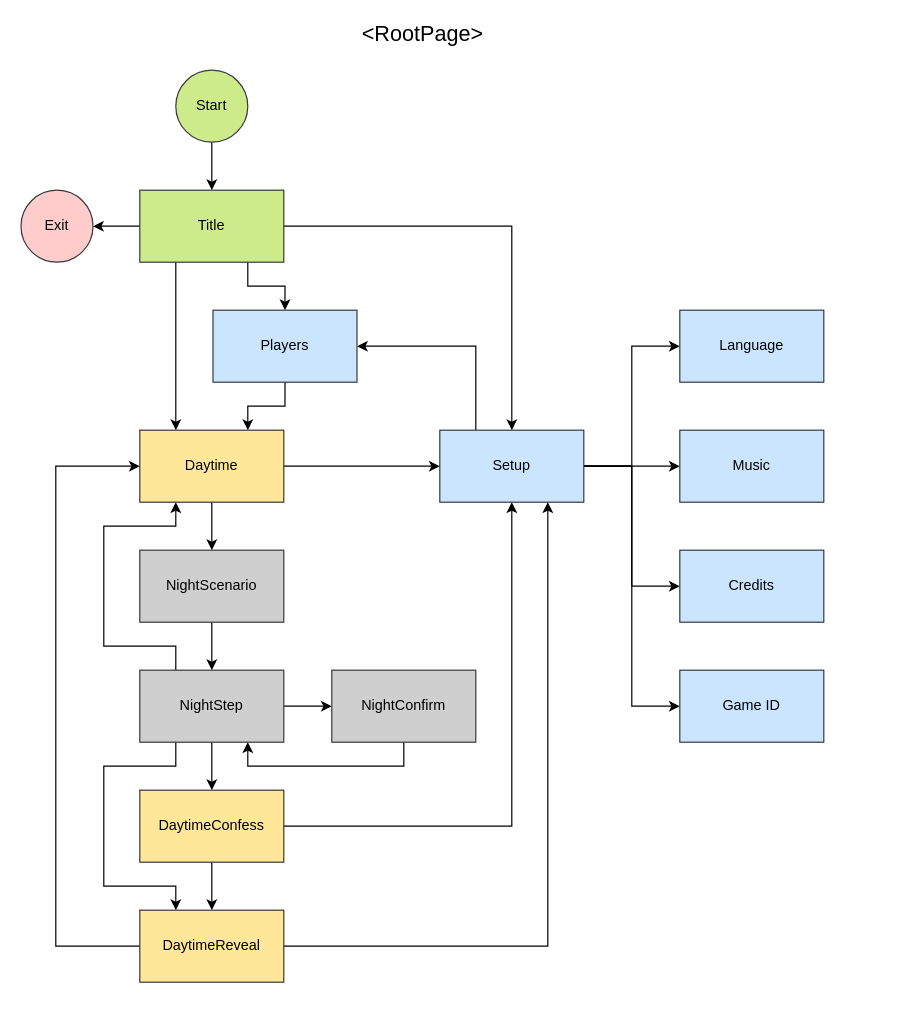
Earlier version of the draw.io diagram doc/Salem1692Moderator.drawio (ruittenb/salem-1692). Source tidied: cells renumbered, new cells numbered last; positions are measured from the earlier drawing's top-left corner, leaving out a move shared by most shapes. Both pictures are drawn from the tidied source at 120%, with x=0, y=0 at pixel (20, 22).
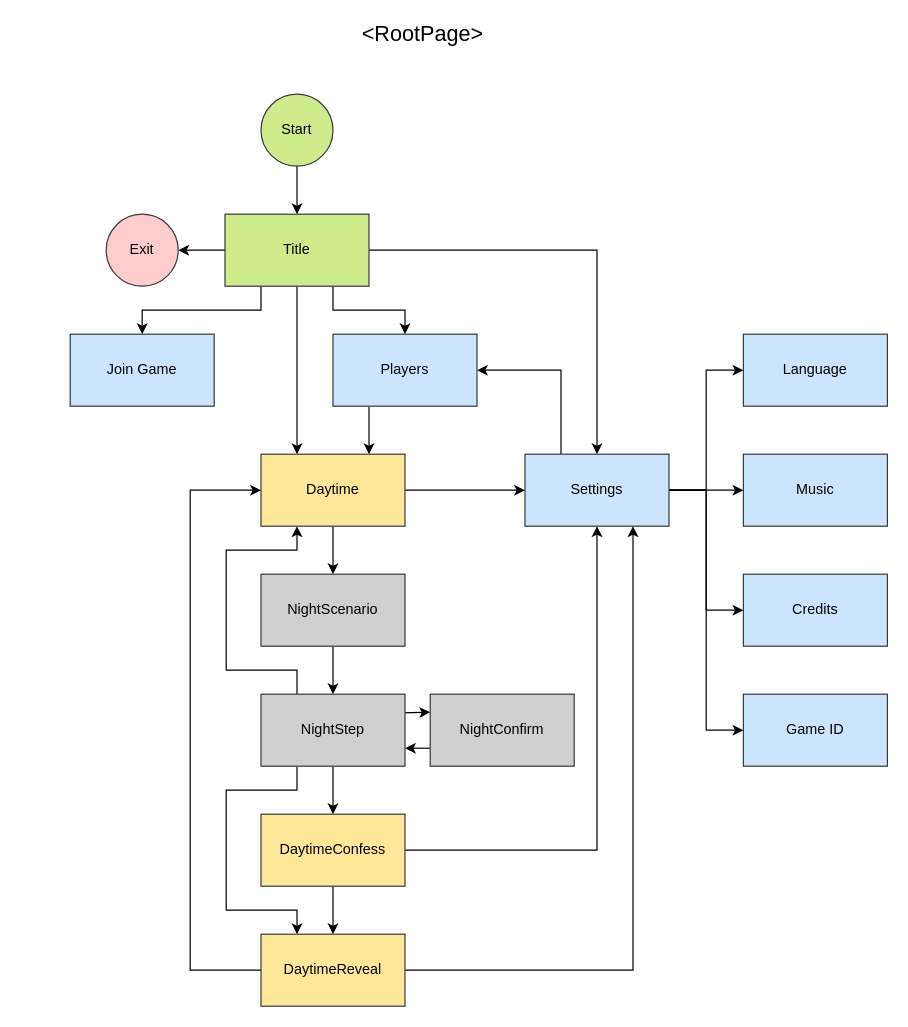
After the change.

Change to the diagram source:
```diff
@@
-    <mxCell id="4" style="edgeStyle=orthogonalEdgeStyle;rounded=0;jettySize=auto;html=1;exitX=0.25;exitY=1;exitDx=0;exitDy=0;entryX=0.25;entryY=0;entryDx=0;entryDy=0;" parent="1" edge="1" source="6" target="24">
-      <mxGeometry relative="1" as="geometry" />
+    <mxCell id="4" style="edgeStyle=orthogonalEdgeStyle;rounded=0;jettySize=auto;html=1;exitX=0.5;exitY=1;exitDx=0;exitDy=0;entryX=0.25;entryY=0;entryDx=0;entryDy=0;" parent="1" edge="1" source="6" target="24">
+      <mxGeometry relative="1" as="geometry">
+        <Array as="points">
+          <mxPoint x="230" y="280" />
+          <mxPoint x="230" y="280" />
+        </Array>
+      </mxGeometry>
     </mxCell>
@@
+    <mxCell id="41" style="edgeStyle=orthogonalEdgeStyle;rounded=0;jettySize=auto;html=1;exitX=0.25;exitY=1;exitDx=0;exitDy=0;entryX=0.5;entryY=0;entryDx=0;entryDy=0;" parent="1" edge="1" source="6" target="42">
+      <mxGeometry relative="1" as="geometry" />
+    </mxCell>
     <mxCell id="6" value="Title" style="rounded=0;whiteSpace=wrap;html=1;fillColor=#cdeb8b;strokeColor=#36393d;" parent="1" vertex="1">
-      <mxGeometry x="99" y="140" width="120" height="60" as="geometry" />
+      <mxGeometry x="170" y="160" width="120" height="60" as="geometry" />
     </mxCell>
@@
-    <mxCell id="12" value="Setup" style="rounded=0;whiteSpace=wrap;html=1;fillColor=#cce5ff;strokeColor=#36393d;" parent="1" vertex="1">
-      <mxGeometry x="349" y="340" width="120" height="60" as="geometry" />
+    <mxCell id="12" value="Settings" style="rounded=0;whiteSpace=wrap;html=1;fillColor=#cce5ff;strokeColor=#36393d;" parent="1" vertex="1">
+      <mxGeometry x="420" y="360" width="120" height="60" as="geometry" />
     </mxCell>
     <mxCell id="13" value="Exit" style="ellipse;whiteSpace=wrap;html=1;rounded=0;fillColor=#ffcccc;strokeColor=#36393d;" parent="1" vertex="1">
-      <mxGeometry y="140" width="60" height="60" as="geometry" />
+      <mxGeometry x="71" y="160" width="60" height="60" as="geometry" />
     </mxCell>
@@
     <mxCell id="15" value="Start" style="ellipse;whiteSpace=wrap;html=1;rounded=0;fillColor=#cdeb8b;strokeColor=#36393d;" parent="1" vertex="1">
-      <mxGeometry x="129" y="40" width="60" height="60" as="geometry" />
+      <mxGeometry x="200" y="60" width="60" height="60" as="geometry" />
     </mxCell>
-    <mxCell id="16" style="edgeStyle=orthogonalEdgeStyle;rounded=0;jettySize=auto;html=1;entryX=0.75;entryY=0;entryDx=0;entryDy=0;" parent="1" edge="1" source="17" target="24">
+    <mxCell id="16" style="edgeStyle=orthogonalEdgeStyle;rounded=0;jettySize=auto;html=1;entryX=0.75;entryY=0;entryDx=0;entryDy=0;exitX=0.25;exitY=1;exitDx=0;exitDy=0;" parent="1" edge="1" source="17" target="24">
       <mxGeometry relative="1" as="geometry" />
     </mxCell>
     <mxCell id="17" value="Players" style="rounded=0;whiteSpace=wrap;html=1;fillColor=#cce5ff;strokeColor=#36393d;" parent="1" vertex="1">
-      <mxGeometry x="160" y="240" width="120" height="60" as="geometry" />
+      <mxGeometry x="260" y="260" width="120" height="60" as="geometry" />
     </mxCell>
     <mxCell id="18" value="Language" style="rounded=0;whiteSpace=wrap;html=1;fillColor=#cce5ff;strokeColor=#36393d;" parent="1" vertex="1">
-      <mxGeometry x="549" y="240" width="120" height="60" as="geometry" />
+      <mxGeometry x="602" y="260" width="120" height="60" as="geometry" />
     </mxCell>
     <mxCell id="19" value="Music" style="rounded=0;whiteSpace=wrap;html=1;fillColor=#cce5ff;strokeColor=#36393d;" parent="1" vertex="1">
-      <mxGeometry x="549" y="340" width="120" height="60" as="geometry" />
+      <mxGeometry x="602" y="360" width="120" height="60" as="geometry" />
     </mxCell>
     <mxCell id="20" value="Credits" style="rounded=0;whiteSpace=wrap;html=1;fillColor=#cce5ff;strokeColor=#36393d;" parent="1" vertex="1">
-      <mxGeometry x="549" y="440" width="120" height="60" as="geometry" />
+      <mxGeometry x="602" y="460" width="120" height="60" as="geometry" />
     </mxCell>
     <mxCell id="21" value="Game ID" style="rounded=0;whiteSpace=wrap;html=1;fillColor=#cce5ff;strokeColor=#36393d;" parent="1" vertex="1">
-      <mxGeometry x="549" y="540" width="120" height="60" as="geometry" />
+      <mxGeometry x="602" y="560" width="120" height="60" as="geometry" />
     </mxCell>
@@
     <mxCell id="24" value="Daytime" style="rounded=0;whiteSpace=wrap;html=1;strokeColor=#36393d;fillColor=#FFE799;" parent="1" vertex="1">
-      <mxGeometry x="99" y="340" width="120" height="60" as="geometry" />
+      <mxGeometry x="200" y="360" width="120" height="60" as="geometry" />
     </mxCell>
@@
     <mxCell id="26" style="edgeStyle=orthogonalEdgeStyle;rounded=0;jettySize=auto;html=1;exitX=0.25;exitY=0;exitDx=0;exitDy=0;entryX=0.25;entryY=1;entryDx=0;entryDy=0;" parent="1" edge="1" source="32" target="24">
       <mxGeometry relative="1" as="geometry">
         <Array as="points">
-          <mxPoint x="129" y="520" />
-          <mxPoint x="69" y="520" />
-          <mxPoint x="69" y="420" />
-          <mxPoint x="129" y="420" />
+          <mxPoint x="230" y="540" />
+          <mxPoint x="171" y="540" />
+          <mxPoint x="171" y="440" />
+          <mxPoint x="230" y="440" />
         </Array>
       </mxGeometry>
     </mxCell>
@@
     <mxCell id="28" value="NightScenario" style="rounded=0;whiteSpace=wrap;html=1;strokeColor=#36393d;fillColor=#CFCFCF;" parent="1" vertex="1">
-      <mxGeometry x="99" y="440" width="120" height="60" as="geometry" />
+      <mxGeometry x="200" y="460" width="120" height="60" as="geometry" />
     </mxCell>
-    <mxCell id="29" style="edgeStyle=orthogonalEdgeStyle;rounded=0;jettySize=auto;html=1;" parent="1" edge="1" source="32" target="34">
-      <mxGeometry relative="1" as="geometry" />
+    <mxCell id="29" style="edgeStyle=orthogonalEdgeStyle;rounded=0;jettySize=auto;html=1;entryX=0;entryY=0.25;entryDx=0;entryDy=0;" parent="1" edge="1" target="34">
+      <mxGeometry relative="1" as="geometry">
+        <mxPoint x="291" y="575" as="sourcePoint" />
+      </mxGeometry>
     </mxCell>
@@
     <mxCell id="31" style="edgeStyle=orthogonalEdgeStyle;rounded=0;jettySize=auto;html=1;exitX=0.25;exitY=1;exitDx=0;exitDy=0;entryX=0.25;entryY=0;entryDx=0;entryDy=0;" parent="1" edge="1" source="32" target="40">
       <mxGeometry relative="1" as="geometry">
         <Array as="points">
-          <mxPoint x="129" y="620" />
-          <mxPoint x="69" y="620" />
-          <mxPoint x="69" y="720" />
-          <mxPoint x="129" y="720" />
+          <mxPoint x="230" y="640" />
+          <mxPoint x="171" y="640" />
+          <mxPoint x="171" y="740" />
+          <mxPoint x="230" y="740" />
         </Array>
       </mxGeometry>
     </mxCell>
     <mxCell id="32" value="NightStep" style="rounded=0;whiteSpace=wrap;html=1;strokeColor=#36393d;fillColor=#CFCFCF;" parent="1" vertex="1">
-      <mxGeometry x="99" y="540" width="120" height="60" as="geometry" />
+      <mxGeometry x="200" y="560" width="120" height="60" as="geometry" />
     </mxCell>
-    <mxCell id="33" style="edgeStyle=orthogonalEdgeStyle;rounded=0;jettySize=auto;html=1;entryX=0.75;entryY=1;entryDx=0;entryDy=0;exitX=0.5;exitY=1;exitDx=0;exitDy=0;" parent="1" edge="1" source="34" target="32">
+    <mxCell id="33" style="edgeStyle=orthogonalEdgeStyle;rounded=0;jettySize=auto;html=1;entryX=1;entryY=0.75;entryDx=0;entryDy=0;exitX=0;exitY=0.75;exitDx=0;exitDy=0;" parent="1" edge="1" source="34" target="32">
       <mxGeometry relative="1" as="geometry" />
     </mxCell>
     <mxCell id="34" value="NightConfirm" style="rounded=0;whiteSpace=wrap;html=1;strokeColor=#36393d;fillColor=#CFCFCF;" parent="1" vertex="1">
-      <mxGeometry x="259" y="540" width="120" height="60" as="geometry" />
+      <mxGeometry x="341" y="560" width="120" height="60" as="geometry" />
     </mxCell>
@@
     <mxCell id="37" value="DaytimeConfess" style="rounded=0;whiteSpace=wrap;html=1;strokeColor=#36393d;fillColor=#FFE799;" parent="1" vertex="1">
-      <mxGeometry x="99" y="640" width="120" height="60" as="geometry" />
+      <mxGeometry x="200" y="660" width="120" height="60" as="geometry" />
     </mxCell>
@@
     <mxCell id="39" style="edgeStyle=orthogonalEdgeStyle;rounded=0;jettySize=auto;html=1;entryX=0;entryY=0.5;entryDx=0;entryDy=0;" parent="1" edge="1" source="40" target="24">
       <mxGeometry relative="1" as="geometry">
         <Array as="points">
-          <mxPoint x="29" y="770" />
-          <mxPoint x="29" y="370" />
+          <mxPoint x="141" y="790" />
+          <mxPoint x="141" y="390" />
         </Array>
       </mxGeometry>
     </mxCell>
     <mxCell id="40" value="DaytimeReveal" style="rounded=0;whiteSpace=wrap;html=1;strokeColor=#36393d;fillColor=#FFE799;" parent="1" vertex="1">
-      <mxGeometry x="99" y="740" width="120" height="60" as="geometry" />
+      <mxGeometry x="200" y="760" width="120" height="60" as="geometry" />
     </mxCell>
+    <mxCell id="42" value="Join Game" style="rounded=0;whiteSpace=wrap;html=1;fillColor=#cce5ff;strokeColor=#36393d;" parent="1" vertex="1">
+      <mxGeometry x="41" y="260" width="120" height="60" as="geometry" />
+    </mxCell>
```
